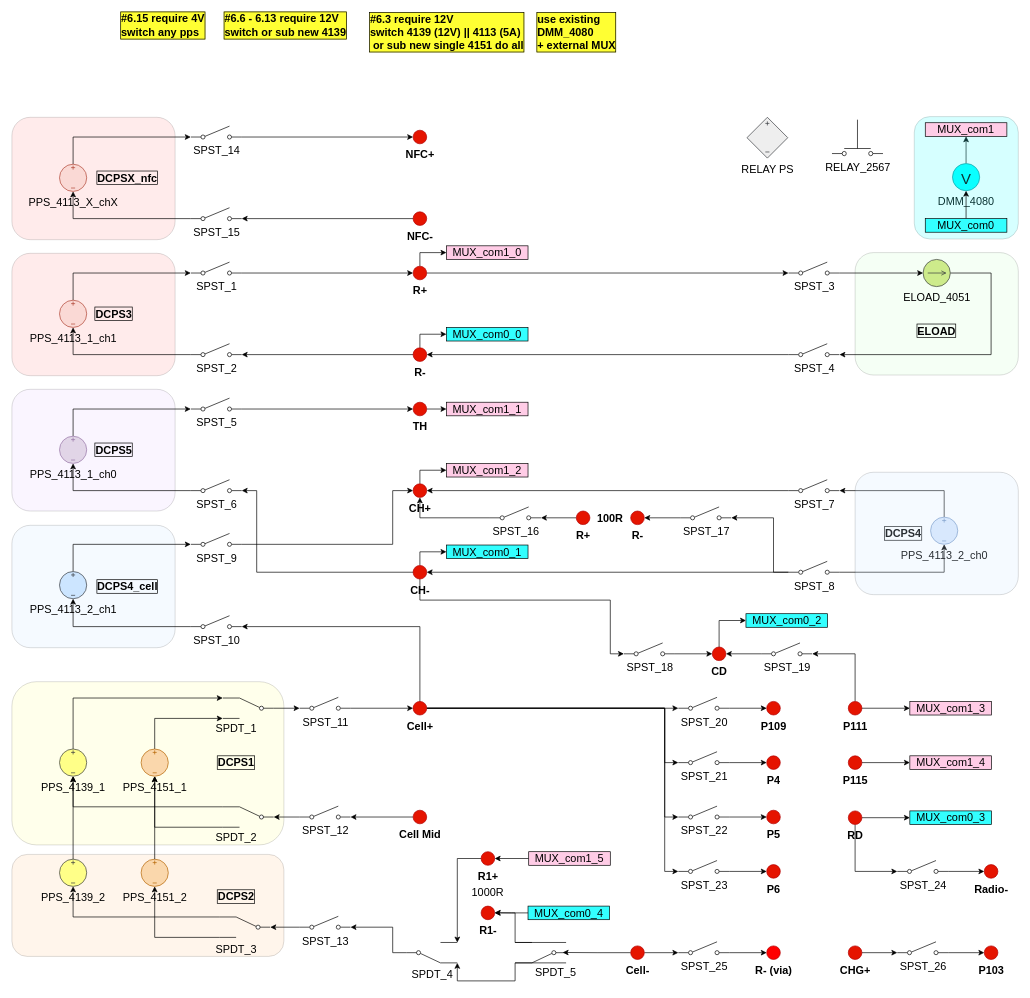
Earlier version of the draw.io diagram BMS_device_B.drawio (ktlim-xy/draw-io). Source tidied: cells renumbered, new cells numbered last; positions are measured from the earlier drawing's top-left corner, leaving out a move shared by most shapes. Both pictures are drawn from the tidied source at 68%, with x=0, y=0 at pixel (12, 12).
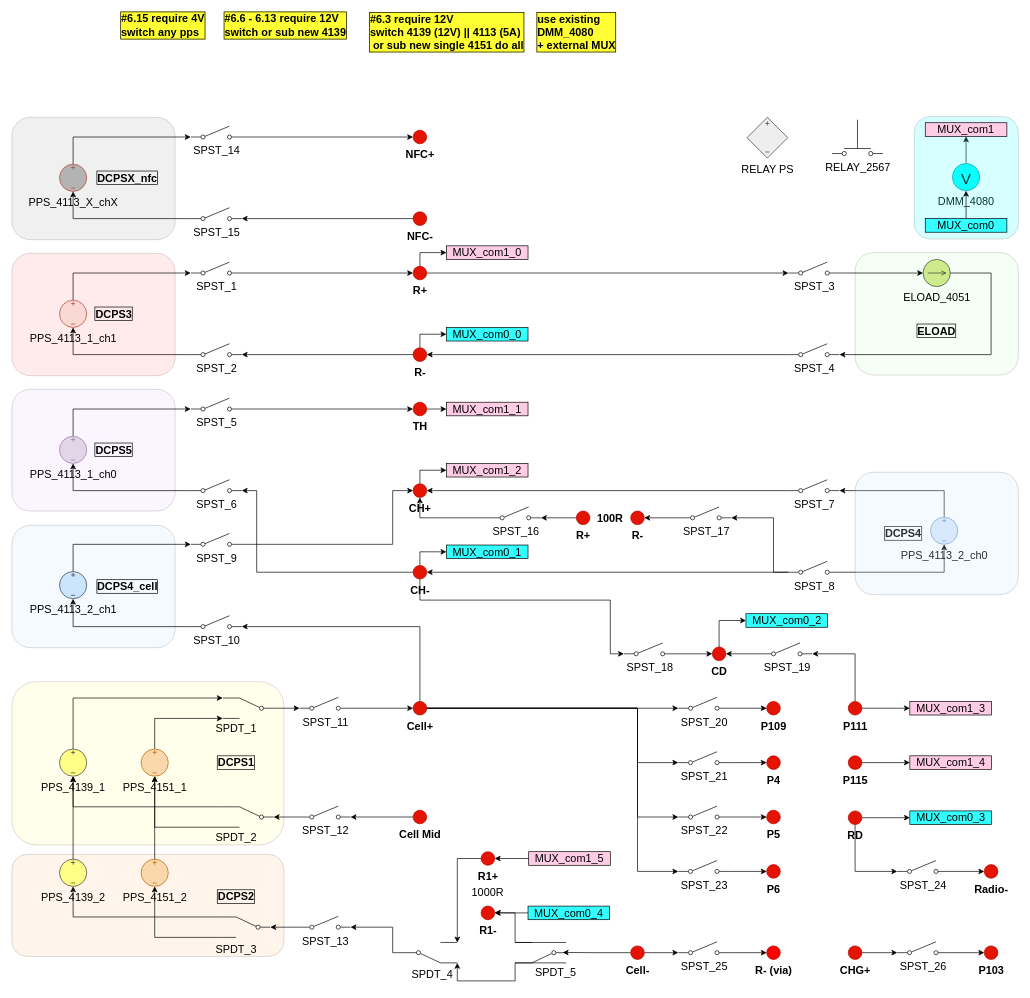
Above is the later version.

Unchanged cells that the change refers to:
```xml
<mxCell id="13" value="SPST_20" style="html=1;shape=mxgraph.electrical.electro-mechanical.singleSwitch;elSwitchState=off;verticalAlign=top;labelPosition=center;verticalLabelPosition=bottom;align=center;fontSize=16;" parent="1" vertex="1">
  <mxGeometry x="980" y="1007" width="75" height="20" as="geometry" />
</mxCell>
<mxCell id="19" value="Cell+" style="verticalLabelPosition=bottom;shadow=0;dashed=0;align=center;html=1;verticalAlign=top;strokeWidth=1;shape=ellipse;perimeter=ellipsePerimeter;fillColor=#e51400;fontColor=light-dark(#000000,#FF0000);strokeColor=#B20000;fontSize=16;fontStyle=1;" parent="1" vertex="1">
  <mxGeometry x="590" y="1013" width="20" height="20" as="geometry" />
</mxCell>
<mxCell id="21" value="SPST_21" style="html=1;shape=mxgraph.electrical.electro-mechanical.singleSwitch;elSwitchState=off;verticalAlign=top;labelPosition=center;verticalLabelPosition=bottom;align=center;fontSize=16;" parent="1" vertex="1">
  <mxGeometry x="980" y="1087" width="75" height="20" as="geometry" />
</mxCell>
<mxCell id="23" value="SPST_22" style="html=1;shape=mxgraph.electrical.electro-mechanical.singleSwitch;elSwitchState=off;labelPosition=center;verticalLabelPosition=bottom;align=center;verticalAlign=top;fontSize=16;" parent="1" vertex="1">
  <mxGeometry x="980" y="1167" width="75" height="20" as="geometry" />
</mxCell>
<mxCell id="48" value="SPST_10" style="html=1;shape=mxgraph.electrical.electro-mechanical.singleSwitch;elSwitchState=off;verticalAlign=top;labelPosition=center;verticalLabelPosition=bottom;align=center;fontSize=16;" parent="1" vertex="1">
  <mxGeometry x="263" y="887" width="75" height="20" as="geometry" />
</mxCell>
<mxCell id="127" value="SPST_23" style="html=1;shape=mxgraph.electrical.electro-mechanical.singleSwitch;elSwitchState=off;labelPosition=center;verticalLabelPosition=bottom;align=center;verticalAlign=top;fontSize=16;" parent="1" vertex="1">
  <mxGeometry x="980" y="1247" width="75" height="20" as="geometry" />
</mxCell>
```

Change to the diagram source:
```diff
@@
+    <mxCell id="18" style="edgeStyle=orthogonalEdgeStyle;rounded=0;jettySize=auto;html=1;exitX=0;exitY=0.5;exitDx=0;exitDy=0;entryX=1;entryY=0.8;entryDx=0;entryDy=0;" parent="1" edge="1" source="19" target="48">
+      <mxGeometry relative="1" as="geometry">
+        <Array as="points">
+          <mxPoint x="600" y="1023" />
+          <mxPoint x="600" y="903" />
+        </Array>
+      </mxGeometry>
+    </mxCell>
-    <mxCell id="14" style="edgeStyle=orthogonalEdgeStyle;rounded=0;jettySize=auto;html=1;exitX=1;exitY=0.5;exitDx=0;exitDy=0;entryX=0;entryY=0.8;entryDx=0;entryDy=0;fontSize=16;" parent="1" edge="1" source="19" target="13">
+    <mxCell id="14" style="edgeStyle=orthogonalEdgeStyle;rounded=0;jettySize=auto;html=1;exitX=1;exitY=0.5;exitDx=0;exitDy=0;entryX=0;entryY=0.8;entryDx=0;entryDy=0;" parent="1" edge="1" source="19" target="13">
       <mxGeometry relative="1" as="geometry" />
     </mxCell>
-    <mxCell id="15" style="edgeStyle=orthogonalEdgeStyle;rounded=0;jettySize=auto;html=1;exitX=1;exitY=0.5;exitDx=0;exitDy=0;entryX=0;entryY=0.8;entryDx=0;entryDy=0;fontSize=16;" parent="1" edge="1" source="19" target="21">
+    <mxCell id="15" style="edgeStyle=orthogonalEdgeStyle;rounded=0;jettySize=auto;html=1;exitX=1;exitY=0.5;exitDx=0;exitDy=0;entryX=0;entryY=0.8;entryDx=0;entryDy=0;" parent="1" edge="1" source="19" target="21">
       <mxGeometry relative="1" as="geometry">
         <Array as="points">
-          <mxPoint x="960" y="1023" />
-          <mxPoint x="960" y="1103" />
+          <mxPoint x="920" y="1023" />
+          <mxPoint x="920" y="1103" />
         </Array>
       </mxGeometry>
     </mxCell>
-    <mxCell id="16" style="edgeStyle=orthogonalEdgeStyle;rounded=0;jettySize=auto;html=1;exitX=1;exitY=0.5;exitDx=0;exitDy=0;entryX=0;entryY=0.8;entryDx=0;entryDy=0;fontSize=16;" parent="1" edge="1" source="19" target="23">
+    <mxCell id="16" style="edgeStyle=orthogonalEdgeStyle;rounded=0;jettySize=auto;html=1;exitX=1;exitY=0.5;exitDx=0;exitDy=0;entryX=0;entryY=0.8;entryDx=0;entryDy=0;" parent="1" edge="1" source="19" target="23">
       <mxGeometry relative="1" as="geometry">
         <Array as="points">
-          <mxPoint x="960" y="1023" />
-          <mxPoint x="960" y="1183" />
+          <mxPoint x="920" y="1023" />
+          <mxPoint x="920" y="1183" />
         </Array>
       </mxGeometry>
     </mxCell>
-    <mxCell id="17" style="edgeStyle=orthogonalEdgeStyle;rounded=0;orthogonalLoop=1;jettySize=auto;html=1;exitX=1;exitY=0.5;exitDx=0;exitDy=0;entryX=0;entryY=0.8;entryDx=0;entryDy=0;fontSize=16;" parent="1" edge="1">
-      <mxGeometry relative="1" as="geometry">
-        <mxPoint x="610" y="1023" as="sourcePoint" />
-        <mxPoint x="980" y="1263" as="targetPoint" />
-        <Array as="points">
-          <mxPoint x="960" y="1023" />
-          <mxPoint x="960" y="1263" />
-        </Array>
-      </mxGeometry>
-    </mxCell>
-    <mxCell id="18" style="edgeStyle=orthogonalEdgeStyle;rounded=0;jettySize=auto;html=1;exitX=0;exitY=0.5;exitDx=0;exitDy=0;entryX=1;entryY=0.8;entryDx=0;entryDy=0;" parent="1" edge="1" source="19" target="48">
-      <mxGeometry relative="1" as="geometry">
-        <Array as="points">
-          <mxPoint x="600" y="1023" />
-          <mxPoint x="600" y="903" />
-        </Array>
-      </mxGeometry>
-    </mxCell>
+    <mxCell id="190" style="edgeStyle=orthogonalEdgeStyle;rounded=0;jettySize=auto;html=1;exitX=1;exitY=0.5;exitDx=0;exitDy=0;entryX=0;entryY=0.8;entryDx=0;entryDy=0;" parent="1" edge="1" source="19" target="127">
+      <mxGeometry relative="1" as="geometry">
+        <Array as="points">
+          <mxPoint x="920" y="1023" />
+          <mxPoint x="920" y="1263" />
+        </Array>
+      </mxGeometry>
+    </mxCell>
@@
-    <mxCell id="159" style="rounded=1;whiteSpace=wrap;html=1;fillColor=#FF9999;gradientColor=none;fillStyle=auto;gradientDirection=radial;opacity=20;fontSize=16;" parent="1" vertex="1">
+    <mxCell id="159" style="rounded=1;whiteSpace=wrap;html=1;fillColor=#B3B3B3;gradientColor=none;fillStyle=auto;gradientDirection=radial;opacity=20;fontSize=16;" parent="1" vertex="1">
       <mxGeometry y="154" width="240" height="180" as="geometry" />
     </mxCell>
@@
-    <mxCell id="161" value="PPS_4113_X_chX" style="verticalLabelPosition=bottom;shadow=0;dashed=0;align=center;html=1;verticalAlign=top;shape=mxgraph.electrical.signal_sources.source;points=[[0.5,0,0],[1,0.5,0],[0.5,1,0],[0,0.5,0]];elSignalType=dc3;rotation=0;fillColor=#fad9d5;strokeColor=#ae4132;fontSize=16;" parent="1" vertex="1">
+    <mxCell id="161" value="PPS_4113_X_chX" style="verticalLabelPosition=bottom;shadow=0;dashed=0;align=center;html=1;verticalAlign=top;shape=mxgraph.electrical.signal_sources.source;points=[[0.5,0,0],[1,0.5,0],[0.5,1,0],[0,0.5,0]];elSignalType=dc3;rotation=0;fillColor=#B3B3B3;strokeColor=#ae4132;fontSize=16;" parent="1" vertex="1">
       <mxGeometry x="70" y="223" width="40" height="40" as="geometry" />
     </mxCell>
```
